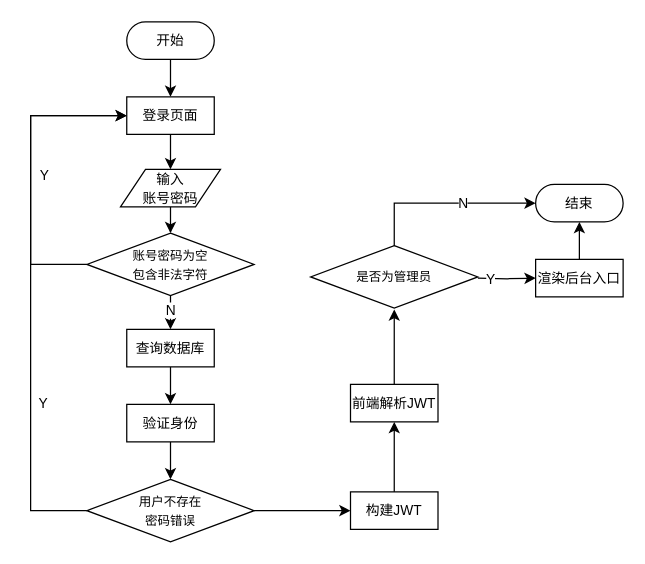
Above: page "第 2 页" (2 of 21) of 程序流程图合集.drawio in Chentx1243/draw.io (draw.io), before the change. Source tidied: cells renumbered, new cells numbered last; positions are measured from the earlier drawing's top-left corner, leaving out a move shared by most shapes. Both pictures are drawn from the tidied source at 125%, with x=0, y=0 at pixel (30, 21).
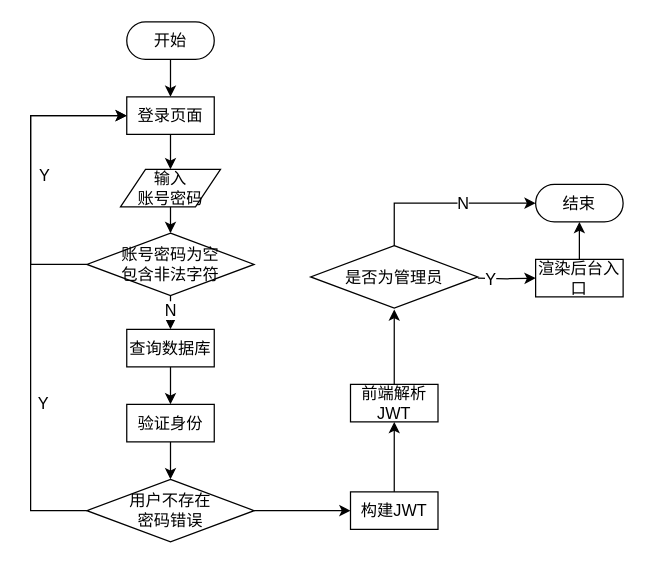
After the change.

What changed in the source:
```diff
@@
-    <mxCell id="2" style="edgeStyle=orthogonalEdgeStyle;rounded=0;jettySize=auto;html=1;" parent="1" edge="1" source="3" target="5">
+    <mxCell id="2" style="edgeStyle=orthogonalEdgeStyle;rounded=0;jettySize=auto;html=1;fontFamily=宋体;fontSize=13;" parent="1" edge="1" source="3" target="5">
       <mxGeometry relative="1" as="geometry" />
     </mxCell>
-    <mxCell id="3" value="&lt;font face=&quot;宋体&quot; style=&quot;font-size: 11px;&quot;&gt;开始&lt;/font&gt;" style="rounded=1;whiteSpace=wrap;html=1;arcSize=50;" parent="1" vertex="1">
+    <mxCell id="3" value="&lt;font&gt;开始&lt;/font&gt;" style="rounded=1;whiteSpace=wrap;html=1;arcSize=50;fontFamily=宋体;fontSize=13;" parent="1" vertex="1">
       <mxGeometry x="76.9" width="70" height="30" as="geometry" />
     </mxCell>
-    <mxCell id="4" style="edgeStyle=orthogonalEdgeStyle;rounded=0;jettySize=auto;html=1;" parent="1" edge="1" source="5" target="7">
+    <mxCell id="4" style="edgeStyle=orthogonalEdgeStyle;rounded=0;jettySize=auto;html=1;fontFamily=宋体;fontSize=13;" parent="1" edge="1" source="5" target="7">
       <mxGeometry relative="1" as="geometry" />
     </mxCell>
-    <mxCell id="5" value="&lt;font face=&quot;宋体&quot; style=&quot;font-size: 11px;&quot;&gt;登录页面&lt;/font&gt;" style="rounded=0;whiteSpace=wrap;html=1;" parent="1" vertex="1">
+    <mxCell id="5" value="&lt;font&gt;登录页面&lt;/font&gt;" style="rounded=0;whiteSpace=wrap;html=1;fontFamily=宋体;fontSize=13;" parent="1" vertex="1">
       <mxGeometry x="76.9" y="60" width="70" height="30" as="geometry" />
     </mxCell>
-    <mxCell id="6" style="edgeStyle=orthogonalEdgeStyle;rounded=0;jettySize=auto;html=1;" parent="1" edge="1" source="7" target="12">
+    <mxCell id="6" style="edgeStyle=orthogonalEdgeStyle;rounded=0;jettySize=auto;html=1;fontFamily=宋体;fontSize=13;" parent="1" edge="1" source="7" target="12">
       <mxGeometry relative="1" as="geometry" />
     </mxCell>
-    <mxCell id="7" value="&lt;font face=&quot;宋体&quot; style=&quot;font-size: 11px;&quot;&gt;输入&lt;/font&gt;&lt;div&gt;&lt;font face=&quot;宋体&quot; style=&quot;font-size: 11px;&quot;&gt;账号密码&lt;/font&gt;&lt;/div&gt;" style="shape=parallelogram;perimeter=parallelogramPerimeter;whiteSpace=wrap;html=1;fixedSize=1;" parent="1" vertex="1">
+    <mxCell id="7" value="&lt;font&gt;输入&lt;/font&gt;&lt;div&gt;&lt;font&gt;账号密码&lt;/font&gt;&lt;/div&gt;" style="shape=parallelogram;perimeter=parallelogramPerimeter;whiteSpace=wrap;html=1;fixedSize=1;fontFamily=宋体;fontSize=13;" parent="1" vertex="1">
       <mxGeometry x="71.9" y="118" width="80" height="30" as="geometry" />
     </mxCell>
-    <mxCell id="8" style="edgeStyle=orthogonalEdgeStyle;rounded=0;jettySize=auto;html=1;exitX=0;exitY=0.5;exitDx=0;exitDy=0;entryX=0;entryY=0.5;entryDx=0;entryDy=0;" parent="1" edge="1" source="12" target="5">
+    <mxCell id="8" style="edgeStyle=orthogonalEdgeStyle;rounded=0;jettySize=auto;html=1;exitX=0;exitY=0.5;exitDx=0;exitDy=0;entryX=0;entryY=0.5;entryDx=0;entryDy=0;fontFamily=宋体;fontSize=13;" parent="1" edge="1" source="12" target="5">
       <mxGeometry relative="1" as="geometry">
         <Array as="points">
           <mxPoint y="194" />
           <mxPoint y="75" />
         </Array>
       </mxGeometry>
     </mxCell>
-    <mxCell id="9" value="&lt;font&gt;Y&lt;/font&gt;" style="edgeLabel;html=1;align=center;verticalAlign=middle;fontFamily=宋体;" parent="8" vertex="1">
+    <mxCell id="9" value="&lt;font&gt;Y&lt;/font&gt;" style="edgeLabel;html=1;align=center;verticalAlign=middle;fontFamily=宋体;fontSize=13;" parent="8" vertex="1">
       <mxGeometry x="-0.02" y="1" relative="1" as="geometry">
         <mxPoint x="11" y="1" as="offset" />
       </mxGeometry>
     </mxCell>
-    <mxCell id="10" style="edgeStyle=orthogonalEdgeStyle;rounded=0;jettySize=auto;html=1;" parent="1" edge="1" source="12" target="14">
+    <mxCell id="10" style="edgeStyle=orthogonalEdgeStyle;rounded=0;jettySize=auto;html=1;fontFamily=宋体;fontSize=13;" parent="1" edge="1" source="12" target="14">
       <mxGeometry relative="1" as="geometry" />
     </mxCell>
-    <mxCell id="11" value="&lt;font face=&quot;宋体&quot;&gt;N&lt;/font&gt;" style="edgeLabel;html=1;align=center;verticalAlign=middle;" parent="10" vertex="1">
+    <mxCell id="11" value="&lt;font&gt;N&lt;/font&gt;" style="edgeLabel;html=1;align=center;verticalAlign=middle;fontFamily=宋体;fontSize=13;" parent="10" vertex="1">
       <mxGeometry x="-0.21" y="1" relative="1" as="geometry">
         <mxPoint x="1" y="-8" as="offset" />
       </mxGeometry>
     </mxCell>
-    <mxCell id="12" value="&lt;font face=&quot;宋体&quot; style=&quot;font-size: 10px;&quot;&gt;账号密码为空&lt;/font&gt;&lt;div&gt;&lt;font face=&quot;宋体&quot;&gt;&lt;span style=&quot;font-size: 10px;&quot;&gt;包含非法字符&lt;/span&gt;&lt;/font&gt;&lt;/div&gt;" style="rhombus;whiteSpace=wrap;html=1;" parent="1" vertex="1">
+    <mxCell id="12" value="&lt;font&gt;账号密码为空&lt;/font&gt;&lt;div&gt;&lt;font&gt;&lt;span&gt;包含非法字符&lt;/span&gt;&lt;/font&gt;&lt;/div&gt;" style="rhombus;whiteSpace=wrap;html=1;fontFamily=宋体;fontSize=13;" parent="1" vertex="1">
       <mxGeometry x="45" y="169" width="133.8" height="50" as="geometry" />
     </mxCell>
-    <mxCell id="13" style="edgeStyle=orthogonalEdgeStyle;rounded=0;jettySize=auto;html=1;" parent="1" edge="1" source="14" target="16">
+    <mxCell id="13" style="edgeStyle=orthogonalEdgeStyle;rounded=0;jettySize=auto;html=1;fontFamily=宋体;fontSize=13;" parent="1" edge="1" source="14" target="16">
       <mxGeometry relative="1" as="geometry" />
     </mxCell>
-    <mxCell id="14" value="&lt;font face=&quot;宋体&quot;&gt;&lt;span style=&quot;font-size: 11px;&quot;&gt;查询数据库&lt;/span&gt;&lt;/font&gt;" style="rounded=0;whiteSpace=wrap;html=1;" parent="1" vertex="1">
+    <mxCell id="14" value="&lt;font&gt;&lt;span&gt;查询数据库&lt;/span&gt;&lt;/font&gt;" style="rounded=0;whiteSpace=wrap;html=1;fontFamily=宋体;fontSize=13;" parent="1" vertex="1">
       <mxGeometry x="76.9" y="246" width="70" height="30" as="geometry" />
     </mxCell>
-    <mxCell id="15" style="edgeStyle=orthogonalEdgeStyle;rounded=0;jettySize=auto;html=1;" parent="1" edge="1" source="16" target="19">
+    <mxCell id="15" style="edgeStyle=orthogonalEdgeStyle;rounded=0;jettySize=auto;html=1;fontFamily=宋体;fontSize=13;" parent="1" edge="1" source="16" target="19">
       <mxGeometry relative="1" as="geometry" />
     </mxCell>
-    <mxCell id="16" value="&lt;font face=&quot;宋体&quot;&gt;&lt;span style=&quot;font-size: 11px;&quot;&gt;验证身份&lt;/span&gt;&lt;/font&gt;" style="rounded=0;whiteSpace=wrap;html=1;" parent="1" vertex="1">
+    <mxCell id="16" value="&lt;font&gt;&lt;span&gt;验证身份&lt;/span&gt;&lt;/font&gt;" style="rounded=0;whiteSpace=wrap;html=1;fontFamily=宋体;fontSize=13;" parent="1" vertex="1">
       <mxGeometry x="76.9" y="306" width="70" height="30" as="geometry" />
     </mxCell>
-    <mxCell id="17" style="edgeStyle=orthogonalEdgeStyle;rounded=0;jettySize=auto;html=1;entryX=0;entryY=0.5;entryDx=0;entryDy=0;exitX=0;exitY=0.5;exitDx=0;exitDy=0;" parent="1" edge="1" source="19" target="5">
+    <mxCell id="17" style="edgeStyle=orthogonalEdgeStyle;rounded=0;jettySize=auto;html=1;entryX=0;entryY=0.5;entryDx=0;entryDy=0;exitX=0;exitY=0.5;exitDx=0;exitDy=0;fontFamily=宋体;fontSize=13;" parent="1" edge="1" source="19" target="5">
       <mxGeometry relative="1" as="geometry">
         <Array as="points">
           <mxPoint y="391" />
           <mxPoint y="75" />
         </Array>
       </mxGeometry>
     </mxCell>
-    <mxCell id="18" style="edgeStyle=orthogonalEdgeStyle;rounded=0;jettySize=auto;html=1;" parent="1" edge="1" source="19" target="22">
+    <mxCell id="18" style="edgeStyle=orthogonalEdgeStyle;rounded=0;jettySize=auto;html=1;fontFamily=宋体;fontSize=13;" parent="1" edge="1" source="19" target="22">
       <mxGeometry relative="1" as="geometry" />
     </mxCell>
-    <mxCell id="19" value="&lt;font face=&quot;宋体&quot;&gt;&lt;span style=&quot;font-size: 10px;&quot;&gt;用户不存在&lt;/span&gt;&lt;/font&gt;&lt;div&gt;&lt;font face=&quot;宋体&quot;&gt;&lt;span style=&quot;font-size: 10px;&quot;&gt;密码错误&lt;/span&gt;&lt;/font&gt;&lt;/div&gt;" style="rhombus;whiteSpace=wrap;html=1;" parent="1" vertex="1">
+    <mxCell id="19" value="&lt;font&gt;&lt;span&gt;用户不存在&lt;/span&gt;&lt;/font&gt;&lt;div&gt;&lt;font&gt;&lt;span&gt;密码错误&lt;/span&gt;&lt;/font&gt;&lt;/div&gt;" style="rhombus;whiteSpace=wrap;html=1;fontFamily=宋体;fontSize=13;" parent="1" vertex="1">
       <mxGeometry x="45" y="366" width="133.8" height="50" as="geometry" />
     </mxCell>
-    <mxCell id="20" value="&lt;font&gt;Y&lt;/font&gt;" style="edgeLabel;html=1;align=center;verticalAlign=middle;fontFamily=宋体;" parent="1" vertex="1">
+    <mxCell id="20" value="&lt;font&gt;Y&lt;/font&gt;" style="edgeLabel;html=1;align=center;verticalAlign=middle;fontFamily=宋体;fontSize=13;" parent="1" vertex="1">
       <mxGeometry x="20" y="256" as="geometry">
         <mxPoint x="-11" y="48" as="offset" />
       </mxGeometry>
     </mxCell>
-    <mxCell id="21" style="edgeStyle=orthogonalEdgeStyle;rounded=0;jettySize=auto;html=1;" parent="1" edge="1" source="22" target="24">
+    <mxCell id="21" style="edgeStyle=orthogonalEdgeStyle;rounded=0;jettySize=auto;html=1;fontFamily=宋体;fontSize=13;" parent="1" edge="1" source="22" target="24">
       <mxGeometry relative="1" as="geometry" />
     </mxCell>
-    <mxCell id="22" value="&lt;font face=&quot;宋体&quot;&gt;&lt;span style=&quot;font-size: 11px;&quot;&gt;构建JWT&lt;/span&gt;&lt;/font&gt;" style="rounded=0;whiteSpace=wrap;html=1;" parent="1" vertex="1">
+    <mxCell id="22" value="&lt;font&gt;&lt;span&gt;构建JWT&lt;/span&gt;&lt;/font&gt;" style="rounded=0;whiteSpace=wrap;html=1;fontFamily=宋体;fontSize=13;" parent="1" vertex="1">
       <mxGeometry x="255.9" y="376" width="70" height="30" as="geometry" />
     </mxCell>
-    <mxCell id="23" style="edgeStyle=orthogonalEdgeStyle;rounded=0;jettySize=auto;html=1;" parent="1" edge="1" source="24">
+    <mxCell id="23" style="edgeStyle=orthogonalEdgeStyle;rounded=0;jettySize=auto;html=1;fontFamily=宋体;fontSize=13;" parent="1" edge="1" source="24">
       <mxGeometry relative="1" as="geometry">
         <mxPoint x="290.9" y="230" as="targetPoint" />
       </mxGeometry>
     </mxCell>
-    <mxCell id="24" value="&lt;font face=&quot;宋体&quot;&gt;&lt;span style=&quot;font-size: 11px;&quot;&gt;前端解析JWT&lt;/span&gt;&lt;/font&gt;" style="rounded=0;whiteSpace=wrap;html=1;" parent="1" vertex="1">
+    <mxCell id="24" value="&lt;font&gt;&lt;span&gt;前端解析JWT&lt;/span&gt;&lt;/font&gt;" style="rounded=0;whiteSpace=wrap;html=1;fontFamily=宋体;fontSize=13;" parent="1" vertex="1">
       <mxGeometry x="255.9" y="290" width="70" height="30" as="geometry" />
     </mxCell>
-    <mxCell id="25" style="edgeStyle=orthogonalEdgeStyle;rounded=0;jettySize=auto;html=1;" parent="1" edge="1" target="31">
+    <mxCell id="25" style="edgeStyle=orthogonalEdgeStyle;rounded=0;jettySize=auto;html=1;fontFamily=宋体;fontSize=13;" parent="1" edge="1" target="31">
       <mxGeometry relative="1" as="geometry">
         <mxPoint x="357.8" y="205" as="sourcePoint" />
       </mxGeometry>
     </mxCell>
-    <mxCell id="26" value="&lt;font face=&quot;宋体&quot;&gt;Y&lt;/font&gt;" style="edgeLabel;html=1;align=center;verticalAlign=middle;" parent="25" vertex="1">
+    <mxCell id="26" value="&lt;font&gt;Y&lt;/font&gt;" style="edgeLabel;html=1;align=center;verticalAlign=middle;fontFamily=宋体;fontSize=13;" parent="25" vertex="1">
       <mxGeometry x="-0.57" relative="1" as="geometry" />
     </mxCell>
-    <mxCell id="27" style="edgeStyle=orthogonalEdgeStyle;rounded=0;jettySize=auto;html=1;entryX=0;entryY=0.5;entryDx=0;entryDy=0;" parent="1" edge="1" target="32">
+    <mxCell id="27" style="edgeStyle=orthogonalEdgeStyle;rounded=0;jettySize=auto;html=1;entryX=0;entryY=0.5;entryDx=0;entryDy=0;fontFamily=宋体;fontSize=13;" parent="1" edge="1" target="32">
       <mxGeometry relative="1" as="geometry">
         <mxPoint x="290.9" y="180" as="sourcePoint" />
         <Array as="points">
           <mxPoint x="291" y="145" />
         </Array>
       </mxGeometry>
     </mxCell>
-    <mxCell id="28" value="&lt;font face=&quot;宋体&quot;&gt;N&lt;/font&gt;" style="edgeLabel;html=1;align=center;verticalAlign=middle;" parent="27" vertex="1">
+    <mxCell id="28" value="&lt;font&gt;N&lt;/font&gt;" style="edgeLabel;html=1;align=center;verticalAlign=middle;fontFamily=宋体;fontSize=13;" parent="27" vertex="1">
       <mxGeometry x="0.21" y="1" relative="1" as="geometry" />
     </mxCell>
-    <mxCell id="29" value="&lt;font face=&quot;宋体&quot;&gt;&lt;span style=&quot;font-size: 10px;&quot;&gt;是否为管理员&lt;/span&gt;&lt;/font&gt;" style="rhombus;whiteSpace=wrap;html=1;" parent="1" vertex="1">
+    <mxCell id="29" value="&lt;font&gt;&lt;span&gt;是否为管理员&lt;/span&gt;&lt;/font&gt;" style="rhombus;whiteSpace=wrap;html=1;fontFamily=宋体;fontSize=13;" parent="1" vertex="1">
       <mxGeometry x="224" y="179" width="133.8" height="50" as="geometry" />
     </mxCell>
-    <mxCell id="30" style="edgeStyle=orthogonalEdgeStyle;rounded=0;jettySize=auto;html=1;" parent="1" edge="1" source="31" target="32">
+    <mxCell id="30" style="edgeStyle=orthogonalEdgeStyle;rounded=0;jettySize=auto;html=1;fontFamily=宋体;fontSize=13;" parent="1" edge="1" source="31" target="32">
       <mxGeometry relative="1" as="geometry" />
     </mxCell>
-    <mxCell id="31" value="&lt;font face=&quot;宋体&quot;&gt;&lt;span style=&quot;font-size: 11px;&quot;&gt;渲染后台入口&lt;/span&gt;&lt;/font&gt;" style="rounded=0;whiteSpace=wrap;html=1;" parent="1" vertex="1">
+    <mxCell id="31" value="&lt;font&gt;&lt;span&gt;渲染后台入口&lt;/span&gt;&lt;/font&gt;" style="rounded=0;whiteSpace=wrap;html=1;fontFamily=宋体;fontSize=13;" parent="1" vertex="1">
       <mxGeometry x="404" y="190" width="70" height="30" as="geometry" />
     </mxCell>
-    <mxCell id="32" value="&lt;font face=&quot;宋体&quot; style=&quot;font-size: 11px;&quot;&gt;结束&lt;/font&gt;" style="rounded=1;whiteSpace=wrap;html=1;arcSize=50;" parent="1" vertex="1">
+    <mxCell id="32" value="&lt;font&gt;结束&lt;/font&gt;" style="rounded=1;whiteSpace=wrap;html=1;arcSize=50;fontFamily=宋体;fontSize=13;" parent="1" vertex="1">
       <mxGeometry x="404" y="130" width="70" height="30" as="geometry" />
     </mxCell>
```
